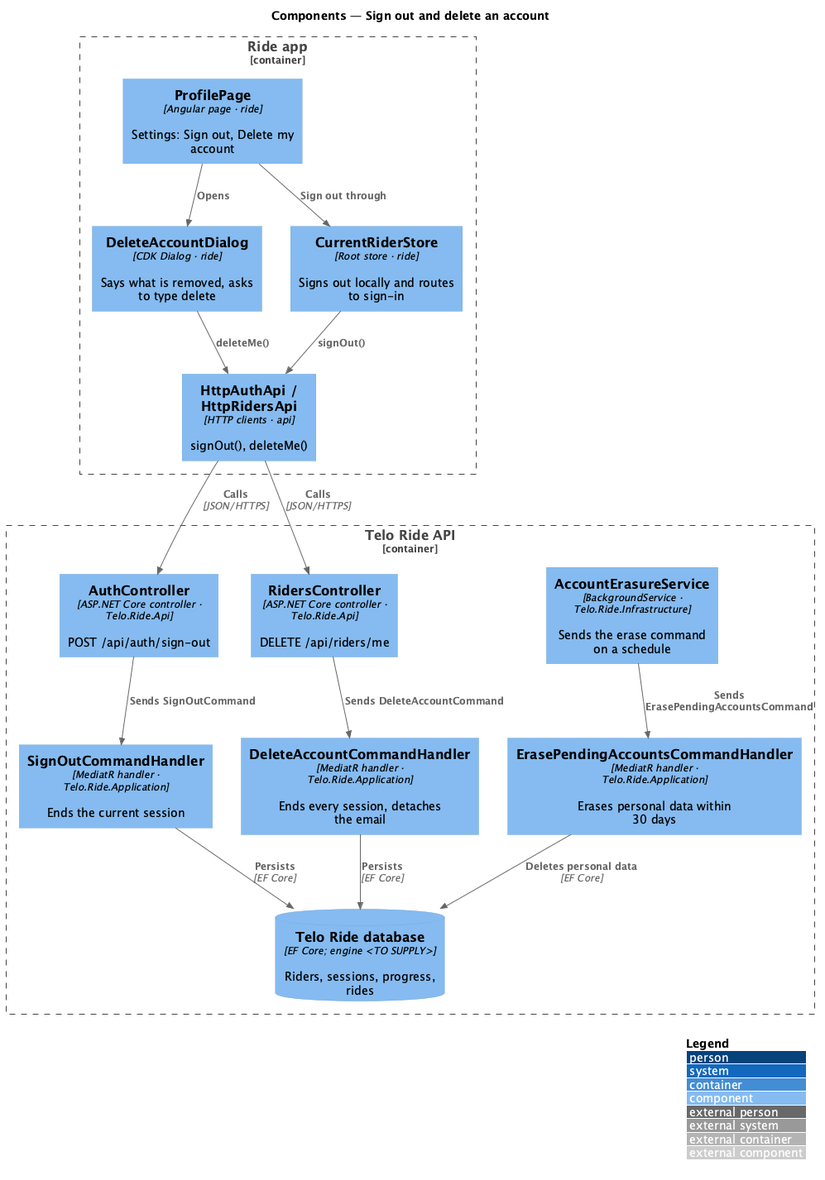
This is docs/detailed-designs/accounts/sign-out-and-delete-an-account/diagrams/c4-component.png from QuinntyneBrown/ride-one, a PlantUML export, as it was before one commit.
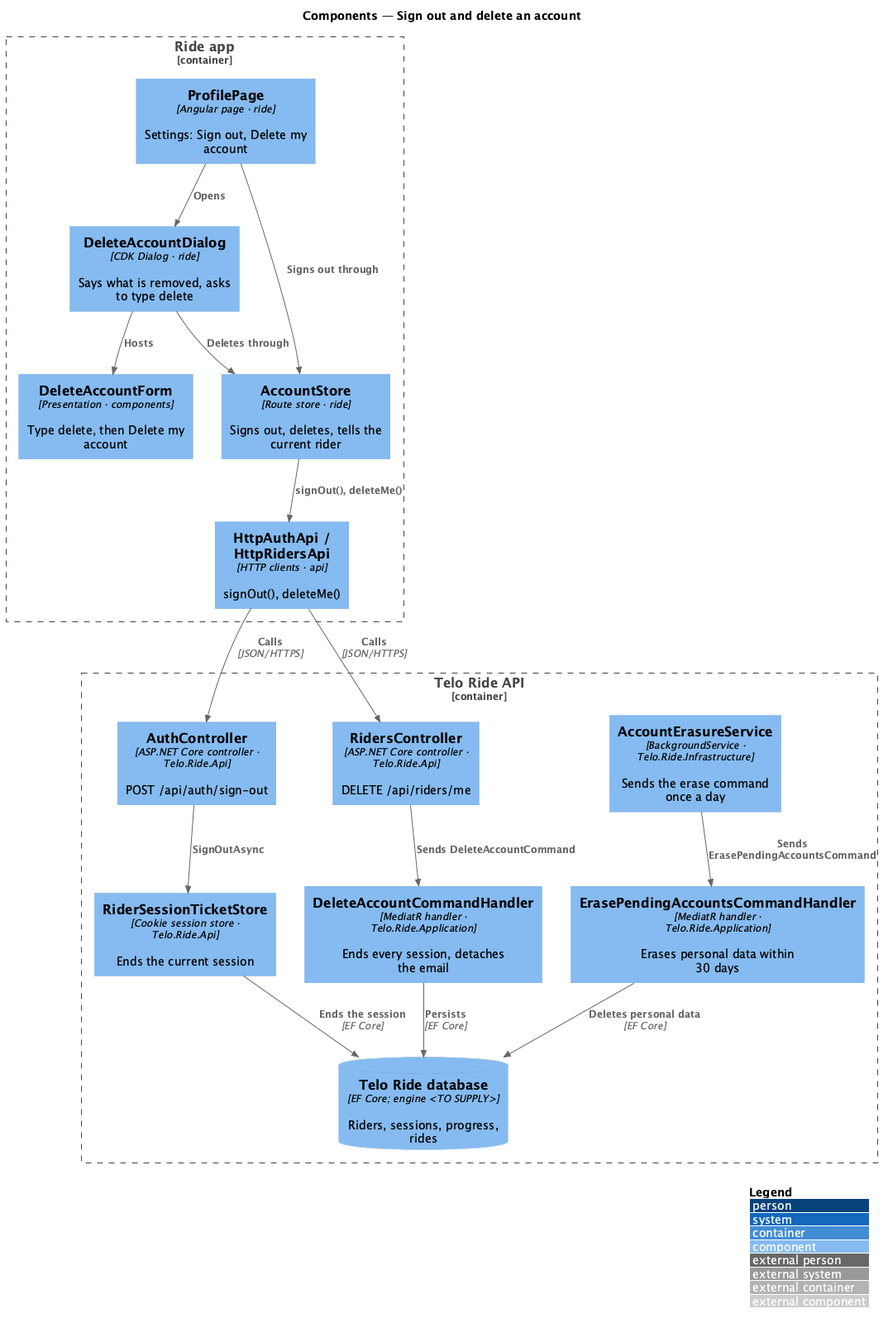
The same file after the commit.

The edit, as a diff of the source:
```diff
@@ -5,28 +5,30 @@
 Container_Boundary(app, "Ride app") {
   Component(profile, "ProfilePage", "Angular page · ride", "Settings: Sign out, Delete my account")
   Component(dialog, "DeleteAccountDialog", "CDK Dialog · ride", "Says what is removed, asks to type delete")
-  Component(current, "CurrentRiderStore", "Root store · ride", "Signs out locally and routes to sign-in")
+  Component(store, "AccountStore", "Route store · ride", "Signs out, deletes, tells the current rider")
+  Component(form, "DeleteAccountForm", "Presentation · components", "Type delete, then Delete my account")
   Component(auth, "HttpAuthApi / HttpRidersApi", "HTTP clients · api", "signOut(), deleteMe()")
 }
 Container_Boundary(api, "Telo Ride API") {
   Component(authctrl, "AuthController", "ASP.NET Core controller · Telo.Ride.Api", "POST /api/auth/sign-out")
   Component(riderctrl, "RidersController", "ASP.NET Core controller · Telo.Ride.Api", "DELETE /api/riders/me")
-  Component(signout, "SignOutCommandHandler", "MediatR handler · Telo.Ride.Application", "Ends the current session")
+  Component(tickets, "RiderSessionTicketStore", "Cookie session store · Telo.Ride.Api", "Ends the current session")
   Component(delete, "DeleteAccountCommandHandler", "MediatR handler · Telo.Ride.Application", "Ends every session, detaches the email")
   Component(erase, "ErasePendingAccountsCommandHandler", "MediatR handler · Telo.Ride.Application", "Erases personal data within 30 days")
-  Component(job, "AccountErasureService", "BackgroundService · Telo.Ride.Infrastructure", "Sends the erase command on a schedule")
+  Component(job, "AccountErasureService", "BackgroundService · Telo.Ride.Infrastructure", "Sends the erase command once a day")
   ComponentDb(db, "Telo Ride database", "EF Core; engine <TO SUPPLY>", "Riders, sessions, progress, rides")
 }
-Rel(profile, current, "Sign out through")
+Rel(profile, store, "Signs out through")
 Rel(profile, dialog, "Opens")
-Rel(dialog, auth, "deleteMe()")
-Rel(current, auth, "signOut()")
+Rel(dialog, form, "Hosts")
+Rel(dialog, store, "Deletes through")
+Rel(store, auth, "signOut(), deleteMe()")
 Rel(auth, authctrl, "Calls", "JSON/HTTPS")
 Rel(auth, riderctrl, "Calls", "JSON/HTTPS")
-Rel(authctrl, signout, "Sends SignOutCommand")
+Rel(authctrl, tickets, "SignOutAsync")
 Rel(riderctrl, delete, "Sends DeleteAccountCommand")
 Rel(job, erase, "Sends ErasePendingAccountsCommand")
-Rel(signout, db, "Persists", "EF Core")
+Rel(tickets, db, "Ends the session", "EF Core")
 Rel(delete, db, "Persists", "EF Core")
 Rel(erase, db, "Deletes personal data", "EF Core")
 @enduml
```
